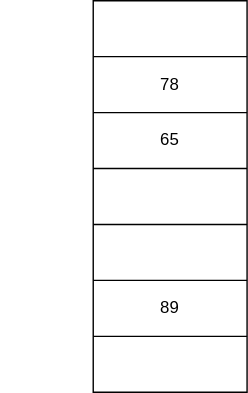
ratanlalmourya/geeksforgeeks keeps this draw.io diagram as hashing/documention/open-addressing.drawio.svg. Above is the earlier version. Source tidied: cells renumbered, new cells last; positions are measured from the earlier drawing's top-left corner, leaving out a move shared by most shapes.
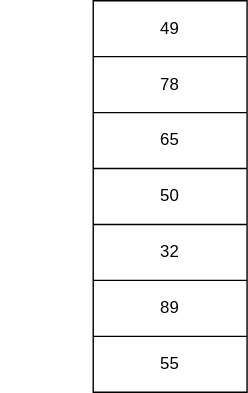
The same file after the commit.

The edit, as a diff of the source:
```diff
@@ -2,7 +2,10 @@
   <root>
     <mxCell id="0" />
     <mxCell id="1" parent="0" />
+    <mxCell id="25" style="group;" parent="1" vertex="1">
+      <mxGeometry x="-10" y="-30" width="176" height="280" as="geometry" />
+    </mxCell>
-    <mxCell id="2" style="group;fontColor=#FFFFFF;" parent="1" vertex="1">
+    <mxCell id="2" style="group;fontColor=#FFFFFF;" parent="25" vertex="1">
       <mxGeometry width="176" height="240" as="geometry" />
     </mxCell>
     <mxCell id="3" style="shape=table;html=1;whiteSpace=wrap;startSize=0;" parent="2" vertex="1">
@@ -11,7 +14,7 @@
     <mxCell id="4" style="shape=tableRow;horizontal=0;startSize=0;swimlaneHead=0;swimlaneBody=0;top=0;left=0;bottom=0;right=0;fillColor=none;" parent="3" vertex="1">
       <mxGeometry width="110" height="40" as="geometry" />
     </mxCell>
-    <mxCell id="5" style="shape=partialRectangle;html=1;whiteSpace=wrap;fillColor=none;top=0;left=0;bottom=0;right=0;overflow=hidden;" parent="4" vertex="1">
+    <mxCell id="5" value="49" style="shape=partialRectangle;html=1;whiteSpace=wrap;fillColor=none;top=0;left=0;bottom=0;right=0;overflow=hidden;" parent="4" vertex="1">
       <mxGeometry width="110" height="40" as="geometry" />
     </mxCell>
     <mxCell id="6" style="shape=tableRow;horizontal=0;startSize=0;swimlaneHead=0;swimlaneBody=0;top=0;left=0;bottom=0;right=0;fillColor=none;" parent="3" vertex="1">
@@ -29,13 +32,13 @@
     <mxCell id="10" style="shape=tableRow;horizontal=0;startSize=0;swimlaneHead=0;swimlaneBody=0;top=0;left=0;bottom=0;right=0;fillColor=none;" parent="3" vertex="1">
       <mxGeometry y="120" width="110" height="40" as="geometry" />
     </mxCell>
-    <mxCell id="11" style="shape=partialRectangle;html=1;whiteSpace=wrap;fillColor=none;top=0;left=0;bottom=0;right=0;overflow=hidden;" parent="10" vertex="1">
+    <mxCell id="11" value="50" style="shape=partialRectangle;html=1;whiteSpace=wrap;fillColor=none;top=0;left=0;bottom=0;right=0;overflow=hidden;" parent="10" vertex="1">
       <mxGeometry width="110" height="40" as="geometry" />
     </mxCell>
     <mxCell id="12" style="shape=tableRow;horizontal=0;startSize=0;swimlaneHead=0;swimlaneBody=0;top=0;left=0;bottom=0;right=0;fillColor=none;" parent="3" vertex="1">
       <mxGeometry y="160" width="110" height="40" as="geometry" />
     </mxCell>
-    <mxCell id="13" style="shape=partialRectangle;html=1;whiteSpace=wrap;fillColor=none;top=0;left=0;bottom=0;right=0;overflow=hidden;" parent="12" vertex="1">
+    <mxCell id="13" value="32" style="shape=partialRectangle;html=1;whiteSpace=wrap;fillColor=none;top=0;left=0;bottom=0;right=0;overflow=hidden;" parent="12" vertex="1">
       <mxGeometry width="110" height="40" as="geometry" />
     </mxCell>
     <mxCell id="14" style="shape=tableRow;horizontal=0;startSize=0;swimlaneHead=0;swimlaneBody=0;top=0;left=0;bottom=0;right=0;fillColor=none;" parent="3" vertex="1">
@@ -47,7 +50,7 @@
     <mxCell id="16" style="shape=tableRow;horizontal=0;startSize=0;swimlaneHead=0;swimlaneBody=0;top=0;left=0;bottom=0;right=0;fillColor=none;" parent="3" vertex="1">
       <mxGeometry y="240" width="110" height="40" as="geometry" />
     </mxCell>
-    <mxCell id="17" style="shape=partialRectangle;html=1;whiteSpace=wrap;fillColor=none;top=0;left=0;bottom=0;right=0;overflow=hidden;" parent="16" vertex="1">
+    <mxCell id="17" value="55" style="shape=partialRectangle;html=1;whiteSpace=wrap;fillColor=none;top=0;left=0;bottom=0;right=0;overflow=hidden;" parent="16" vertex="1">
       <mxGeometry width="110" height="40" as="geometry" />
     </mxCell>
     <mxCell id="18" value="0" style="text;html=1;strokeColor=none;fillColor=none;align=center;verticalAlign=middle;whiteSpace=wrap;rounded=0;fontColor=#FFFFFF;" parent="2" vertex="1">
@@ -68,7 +71,7 @@
     <mxCell id="23" value="5" style="text;html=1;strokeColor=none;fillColor=none;align=center;verticalAlign=middle;whiteSpace=wrap;rounded=0;fontColor=#FFFFFF;" parent="2" vertex="1">
       <mxGeometry y="208" width="60" height="30" as="geometry" />
     </mxCell>
-    <mxCell id="24" value="6" style="text;html=1;strokeColor=none;fillColor=none;align=center;verticalAlign=middle;whiteSpace=wrap;rounded=0;fontColor=#FFFFFF;" parent="1" vertex="1">
+    <mxCell id="24" value="6" style="text;html=1;strokeColor=none;fillColor=none;align=center;verticalAlign=middle;whiteSpace=wrap;rounded=0;fontColor=#FFFFFF;" parent="25" vertex="1">
       <mxGeometry y="250" width="60" height="30" as="geometry" />
     </mxCell>
   </root>
```
